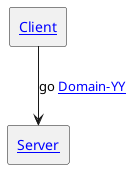
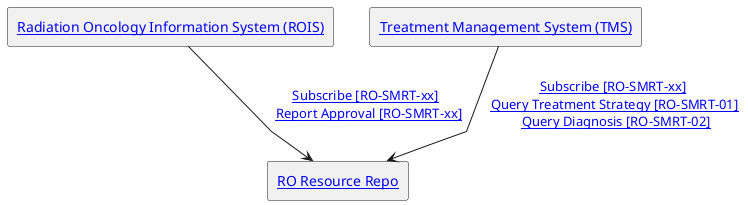
@startuml
- skinparam svgDimensionStyle false
- agent "[[#client Client]]" as Client
- agent "[[#server Server]]" as Server
- Client -down-> Server : "go [[domain-YY.html Domain-YY]]"
+ ' with below line the SVG is not scaled/zoomed to fit the outer frame
+ skinparam svgDimensionStyle true
+ 'skinparam linetype ortho
+ skinparam linetype polyline
+ 'skinparam ranksep 100
+ 'scale max 200 width
+ agent "[[#radiation-oncology-information-system Radiation Oncology Information System (ROIS)]]" as ROIS
+ agent "[[#treatment-management-system Treatment Management System (TMS)]]" as TMS
+ agent "[[#ro-resource-repo RO Resource Repo]]" as REPO
+ TMS -down-> REPO : [[RO-SMRT-xx.html Subscribe ~[RO-SMRT-xx~]]] \n [[RO-SMRT-01.html Query Treatment Strategy ~[RO-SMRT-01~]]] \n [[RO-SMRT-02.html Query Diagnosis ~[RO-SMRT-02~]]]
+ ROIS -down-> REPO : [[RO-SMRT-xx.html Subscribe ~[RO-SMRT-xx~]]] \n [[RO-SMRT-xx.html Report Approval ~[RO-SMRT-xx~]]]
@enduml
